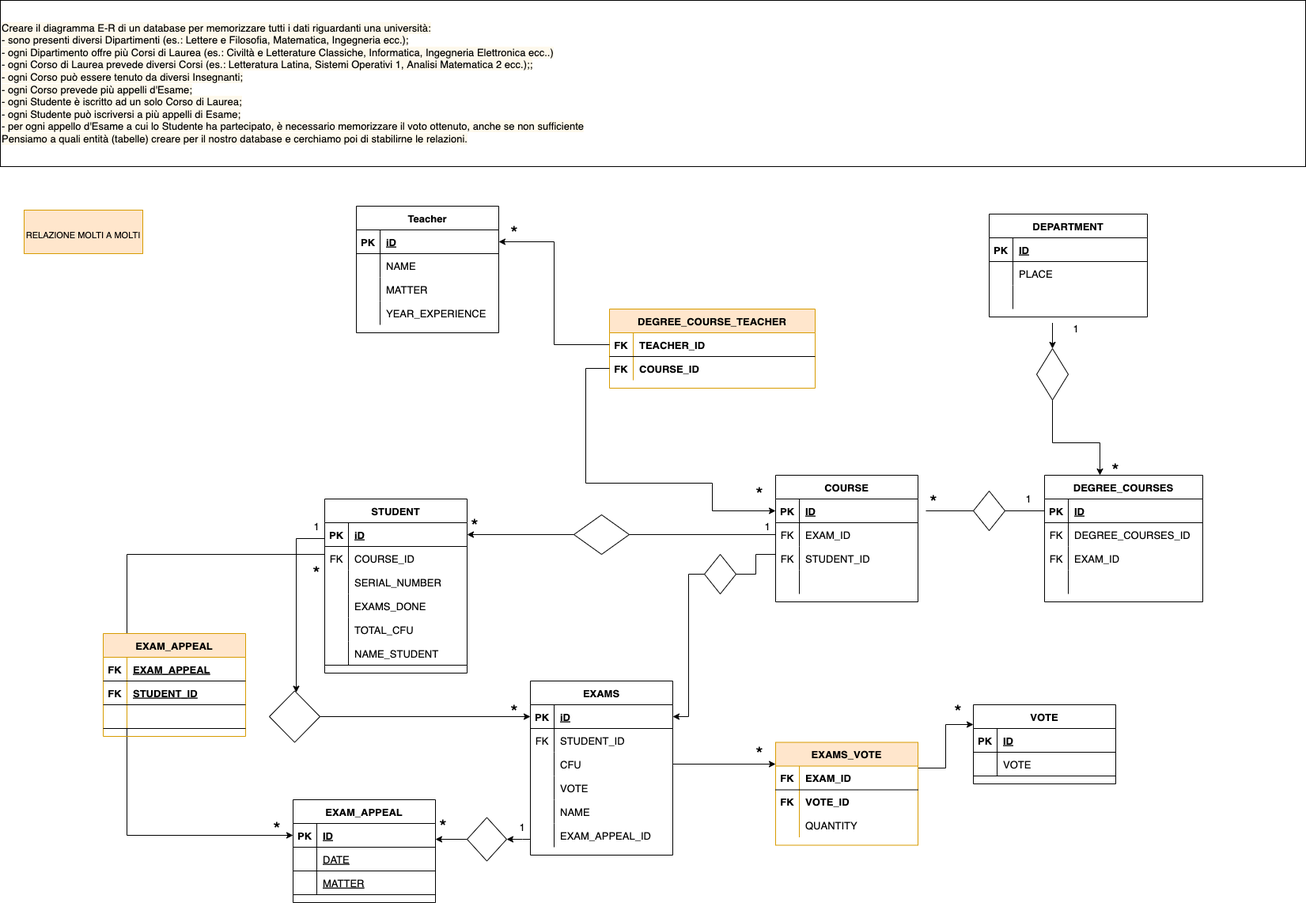
codeMatt91/db-university keeps this draw.io diagram as db-university.png. Above is the earlier version. Source tidied: cells renumbered, new cells last; positions are measured from the earlier drawing's top-left corner, leaving out a move shared by most shapes.
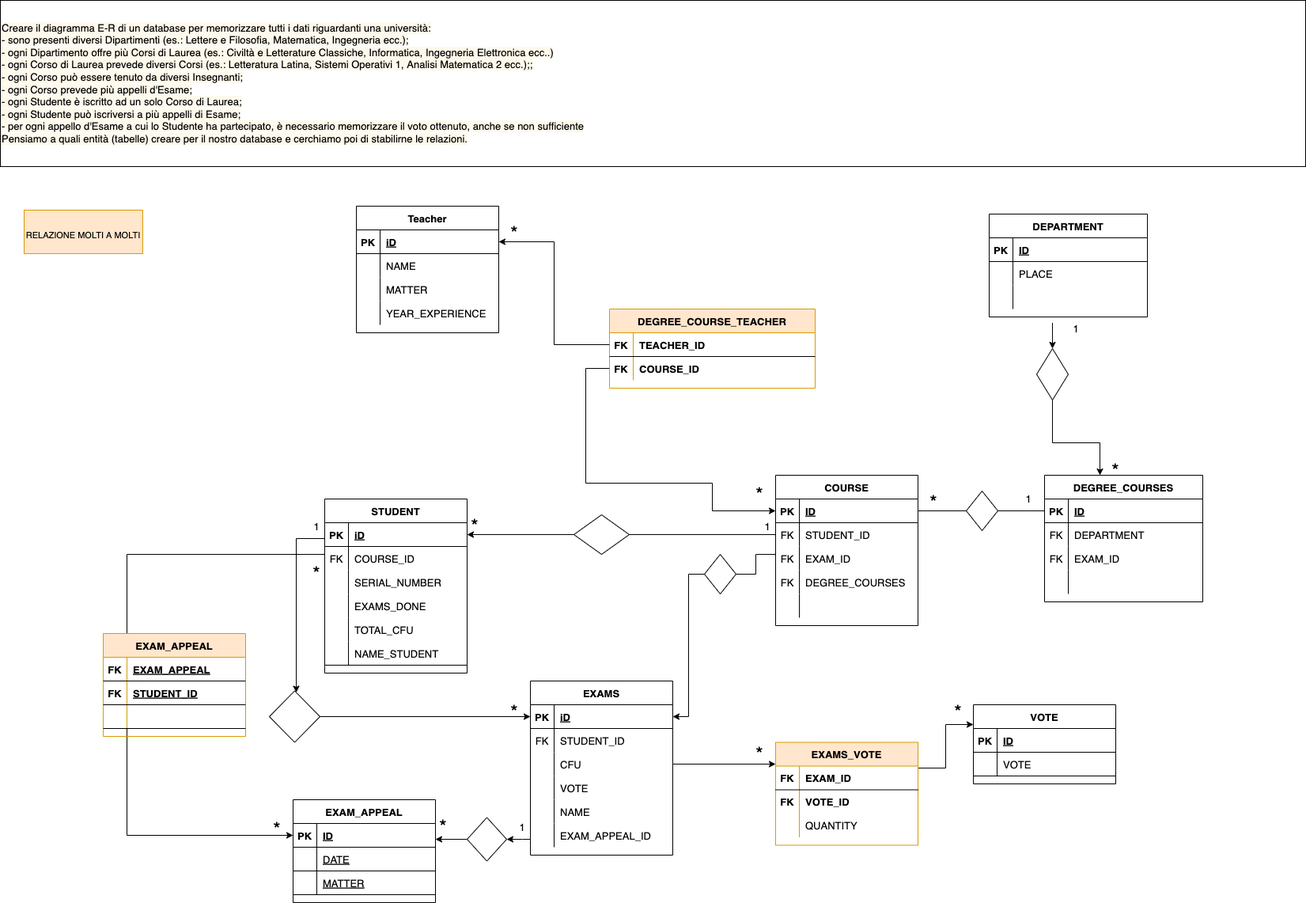
After the commit.

Change to the diagram source:
```diff
@@ -75,10 +75,10 @@
       <mxGeometry x="30" width="170" height="30" as="geometry" />
     </mxCell>
     <mxCell id="26" style="line;strokeWidth=1;dashed=0;labelPosition=right;align=left;verticalAlign=middle;spacingTop=0;spacingLeft=6;fontFamily=Helvetica;fontSize=13;fontColor=#000000;" parent="1" vertex="1">
-      <mxGeometry x="1170" y="640" width="150" height="10" as="geometry" />
+      <mxGeometry x="1160" y="640" width="160" height="10" as="geometry" />
     </mxCell>
     <mxCell id="27" value="COURSE" style="shape=table;startSize=30;rowLines=0;fontStyle=1;align=center;fontFamily=Helvetica;fontSize=13;fontColor=#000000;" parent="1" vertex="1">
-      <mxGeometry x="980" y="600" width="180" height="160" as="geometry" />
+      <mxGeometry x="980" y="600" width="180" height="190" as="geometry" />
     </mxCell>
     <mxCell id="28" style="shape=tableRow;horizontal=0;startSize=0;swimlaneHead=0;swimlaneBody=0;fillColor=none;points=[[0,0.5],[1,0.5]];portConstraint=eastwest;top=0;left=0;right=0;bottom=1;fontFamily=Helvetica;fontSize=13;fontColor=#000000;" parent="27" vertex="1">
       <mxGeometry y="30" width="180" height="30" as="geometry" />
@@ -95,7 +95,7 @@
     <mxCell id="32" value="FK" style="shape=partialRectangle;fillColor=none;top=0;left=0;bottom=0;right=0;overflow=hidden;fontFamily=Helvetica;fontSize=13;fontColor=#000000;" parent="31" vertex="1">
       <mxGeometry width="30" height="30" as="geometry" />
     </mxCell>
-    <mxCell id="33" value="EXAM_ID" style="shape=partialRectangle;fillColor=none;top=0;left=0;bottom=0;right=0;align=left;spacingLeft=6;overflow=hidden;fontFamily=Helvetica;fontSize=13;fontColor=#000000;" parent="31" vertex="1">
+    <mxCell id="33" value="STUDENT_ID" style="shape=partialRectangle;fillColor=none;top=0;left=0;bottom=0;right=0;align=left;spacingLeft=6;overflow=hidden;fontFamily=Helvetica;fontSize=13;fontColor=#000000;" parent="31" vertex="1">
       <mxGeometry x="30" width="150" height="30" as="geometry" />
     </mxCell>
     <mxCell id="34" style="shape=tableRow;horizontal=0;startSize=0;swimlaneHead=0;swimlaneBody=0;fillColor=none;top=0;left=0;right=0;bottom=0;fontFamily=Helvetica;fontSize=13;fontColor=#000000;" parent="27" vertex="1">
@@ -104,11 +104,20 @@
     <mxCell id="35" value="FK" style="shape=partialRectangle;fillColor=none;top=0;left=0;bottom=0;right=0;overflow=hidden;fontFamily=Helvetica;fontSize=13;fontColor=#000000;" parent="34" vertex="1">
       <mxGeometry width="30" height="30" as="geometry" />
     </mxCell>
-    <mxCell id="36" value="STUDENT_ID" style="shape=partialRectangle;fillColor=none;top=0;left=0;bottom=0;right=0;align=left;spacingLeft=6;overflow=hidden;fontFamily=Helvetica;fontSize=13;fontColor=#000000;" parent="34" vertex="1">
+    <mxCell id="36" value="EXAM_ID" style="shape=partialRectangle;fillColor=none;top=0;left=0;bottom=0;right=0;align=left;spacingLeft=6;overflow=hidden;fontFamily=Helvetica;fontSize=13;fontColor=#000000;" parent="34" vertex="1">
       <mxGeometry x="30" width="150" height="30" as="geometry" />
     </mxCell>
+    <mxCell id="173" style="shape=tableRow;horizontal=0;startSize=0;swimlaneHead=0;swimlaneBody=0;fillColor=none;top=0;left=0;right=0;bottom=0;fontFamily=Helvetica;fontSize=13;fontColor=#000000;" parent="27" vertex="1">
+      <mxGeometry y="120" width="180" height="30" as="geometry" />
+    </mxCell>
+    <mxCell id="174" value="FK" style="shape=partialRectangle;fillColor=none;top=0;left=0;bottom=0;right=0;overflow=hidden;fontFamily=Helvetica;fontSize=13;fontColor=#000000;" parent="173" vertex="1">
+      <mxGeometry width="30" height="30" as="geometry" />
+    </mxCell>
+    <mxCell id="175" value="DEGREE_COURSES" style="shape=partialRectangle;fillColor=none;top=0;left=0;bottom=0;right=0;align=left;spacingLeft=6;overflow=hidden;fontFamily=Helvetica;fontSize=13;fontColor=#000000;" parent="173" vertex="1">
+      <mxGeometry x="30" width="150" height="30" as="geometry" />
+    </mxCell>
     <mxCell id="37" style="shape=tableRow;horizontal=0;startSize=0;swimlaneHead=0;swimlaneBody=0;fillColor=none;top=0;left=0;right=0;bottom=0;fontFamily=Helvetica;fontSize=13;fontColor=#000000;" parent="27" vertex="1">
-      <mxGeometry y="120" width="180" height="30" as="geometry" />
+      <mxGeometry y="150" width="180" height="30" as="geometry" />
     </mxCell>
     <mxCell id="38" style="shape=partialRectangle;fillColor=none;top=0;left=0;bottom=0;right=0;overflow=hidden;fontFamily=Helvetica;fontSize=13;fontColor=#000000;" parent="37" vertex="1">
       <mxGeometry width="30" height="30" as="geometry" />
@@ -163,7 +172,7 @@
       <mxGeometry x="930" y="610" width="60" height="30" as="geometry" />
     </mxCell>
     <mxCell id="53" style="rhombus;whiteSpace=wrap;html=1;fontFamily=Helvetica;fontSize=24;fontColor=#000000;" parent="1" vertex="1">
-      <mxGeometry x="1230" y="620" width="40" height="50" as="geometry" />
+      <mxGeometry x="1221" y="620" width="40" height="50" as="geometry" />
     </mxCell>
     <mxCell id="54" style="edgeStyle=orthogonalEdgeStyle;rounded=0;jettySize=auto;html=1;fontFamily=Helvetica;fontSize=24;fontColor=#000000;" parent="1" edge="1" source="55" target="146">
       <mxGeometry relative="1" as="geometry">
@@ -336,7 +345,7 @@
     <mxCell id="103" value="FK" style="shape=partialRectangle;fillColor=none;top=0;left=0;bottom=0;right=0;overflow=hidden;fontFamily=Helvetica;fontSize=13;fontColor=#000000;" parent="102" vertex="1">
       <mxGeometry width="30" height="30" as="geometry" />
     </mxCell>
-    <mxCell id="104" value="DEGREE_COURSES_ID" style="shape=partialRectangle;fillColor=none;top=0;left=0;bottom=0;right=0;align=left;spacingLeft=6;overflow=hidden;fontFamily=Helvetica;fontSize=13;fontColor=#000000;" parent="102" vertex="1">
+    <mxCell id="104" value="DEPARTMENT" style="shape=partialRectangle;fillColor=none;top=0;left=0;bottom=0;right=0;align=left;spacingLeft=6;overflow=hidden;fontFamily=Helvetica;fontSize=13;fontColor=#000000;" parent="102" vertex="1">
       <mxGeometry x="30" width="170" height="30" as="geometry" />
     </mxCell>
     <mxCell id="105" style="shape=tableRow;horizontal=0;startSize=0;swimlaneHead=0;swimlaneBody=0;fillColor=none;top=0;left=0;right=0;bottom=0;fontFamily=Helvetica;fontSize=13;fontColor=#000000;" parent="98" vertex="1">
```
